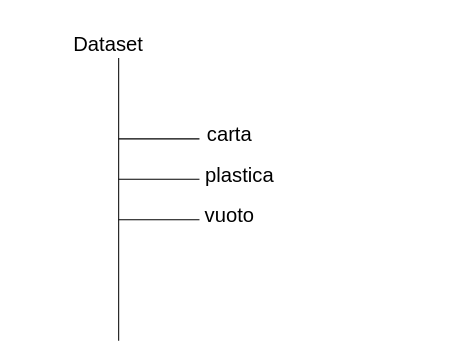
The draw.io diagram page "Path Structure" (3 of 3) of Diagramma_dei_moduli.drawio in Agda78/S-MA-R-TLOTER_AI, before the edit. Source tidied: cells renumbered, new cells numbered last; positions are measured from the earlier drawing's top-left corner, leaving out a move shared by most shapes. Both pictures are drawn from the tidied source at 101%, with x=0, y=0 at pixel (78, 27).
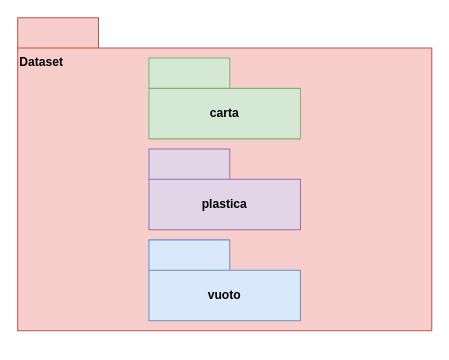
The same page after the edit.

Diff of the diagram source:
```diff
@@
 <mxGraphModel>
   <root>
     <mxCell id="0" />
     <mxCell id="1" parent="0" />
-    <mxCell id="2" style="endArrow=none;html=1;rounded=0;" parent="1" edge="1">
-      <mxGeometry relative="1" as="geometry">
-        <mxPoint x="40" y="310" as="sourcePoint" />
-        <mxPoint x="40" y="30" as="targetPoint" />
-      </mxGeometry>
-    </mxCell>
-    <mxCell id="3" value="Dataset" style="text;html=1;align=center;verticalAlign=middle;whiteSpace=wrap;rounded=0;fontSize=20;" parent="1" vertex="1">
-      <mxGeometry width="60" height="30" as="geometry" />
+    <mxCell id="3" value="&lt;div&gt;Dataset&lt;/div&gt;" style="shape=folder;fontStyle=1;tabWidth=80;tabHeight=30;tabPosition=left;html=1;boundedLbl=1;whiteSpace=wrap;verticalAlign=top;align=left;fillColor=#f8cecc;strokeColor=#b85450;" parent="1" vertex="1">
+      <mxGeometry x="-60" y="-10" width="410" height="310" as="geometry" />
     </mxCell>
-    <mxCell id="4" style="endArrow=none;html=1;rounded=0;" parent="1" edge="1">
-      <mxGeometry relative="1" as="geometry">
-        <mxPoint x="40" y="110" as="sourcePoint" />
-        <mxPoint x="120" y="110" as="targetPoint" />
-      </mxGeometry>
-    </mxCell>
-    <mxCell id="5" value="carta" style="text;html=1;align=center;verticalAlign=middle;whiteSpace=wrap;rounded=0;fontSize=20;" parent="1" vertex="1">
-      <mxGeometry x="120" y="90" width="60" height="30" as="geometry" />
+    <mxCell id="5" value="carta" style="shape=folder;fontStyle=1;tabWidth=80;tabHeight=30;tabPosition=left;html=1;boundedLbl=1;whiteSpace=wrap;fillColor=#d5e8d4;strokeColor=#82b366;" parent="1" vertex="1">
+      <mxGeometry x="70" y="30" width="150" height="80" as="geometry" />
     </mxCell>
-    <mxCell id="6" style="endArrow=none;html=1;rounded=0;" parent="1" edge="1">
-      <mxGeometry relative="1" as="geometry">
-        <mxPoint x="40" y="150" as="sourcePoint" />
-        <mxPoint x="120" y="150" as="targetPoint" />
-      </mxGeometry>
-    </mxCell>
-    <mxCell id="7" value="plastica" style="text;html=1;align=center;verticalAlign=middle;whiteSpace=wrap;rounded=0;fontSize=20;" parent="1" vertex="1">
-      <mxGeometry x="130" y="130" width="60" height="30" as="geometry" />
+    <mxCell id="7" value="plastica" style="shape=folder;fontStyle=1;tabWidth=80;tabHeight=30;tabPosition=left;html=1;boundedLbl=1;whiteSpace=wrap;fillColor=#e1d5e7;strokeColor=#9673a6;" parent="1" vertex="1">
+      <mxGeometry x="70" y="120" width="150" height="80" as="geometry" />
     </mxCell>
-    <mxCell id="8" style="endArrow=none;html=1;rounded=0;" parent="1" edge="1">
-      <mxGeometry relative="1" as="geometry">
-        <mxPoint x="40" y="190" as="sourcePoint" />
-        <mxPoint x="120" y="190" as="targetPoint" />
-      </mxGeometry>
-    </mxCell>
-    <mxCell id="9" value="vuoto" style="text;html=1;align=center;verticalAlign=middle;whiteSpace=wrap;rounded=0;fontSize=20;" parent="1" vertex="1">
-      <mxGeometry x="120" y="170" width="60" height="30" as="geometry" />
+    <mxCell id="9" value="vuoto" style="shape=folder;fontStyle=1;tabWidth=80;tabHeight=30;tabPosition=left;html=1;boundedLbl=1;whiteSpace=wrap;fillColor=#dae8fc;strokeColor=#6c8ebf;" parent="1" vertex="1">
+      <mxGeometry x="70" y="210" width="150" height="80" as="geometry" />
     </mxCell>
   </root>
 </mxGraphModel>
```
